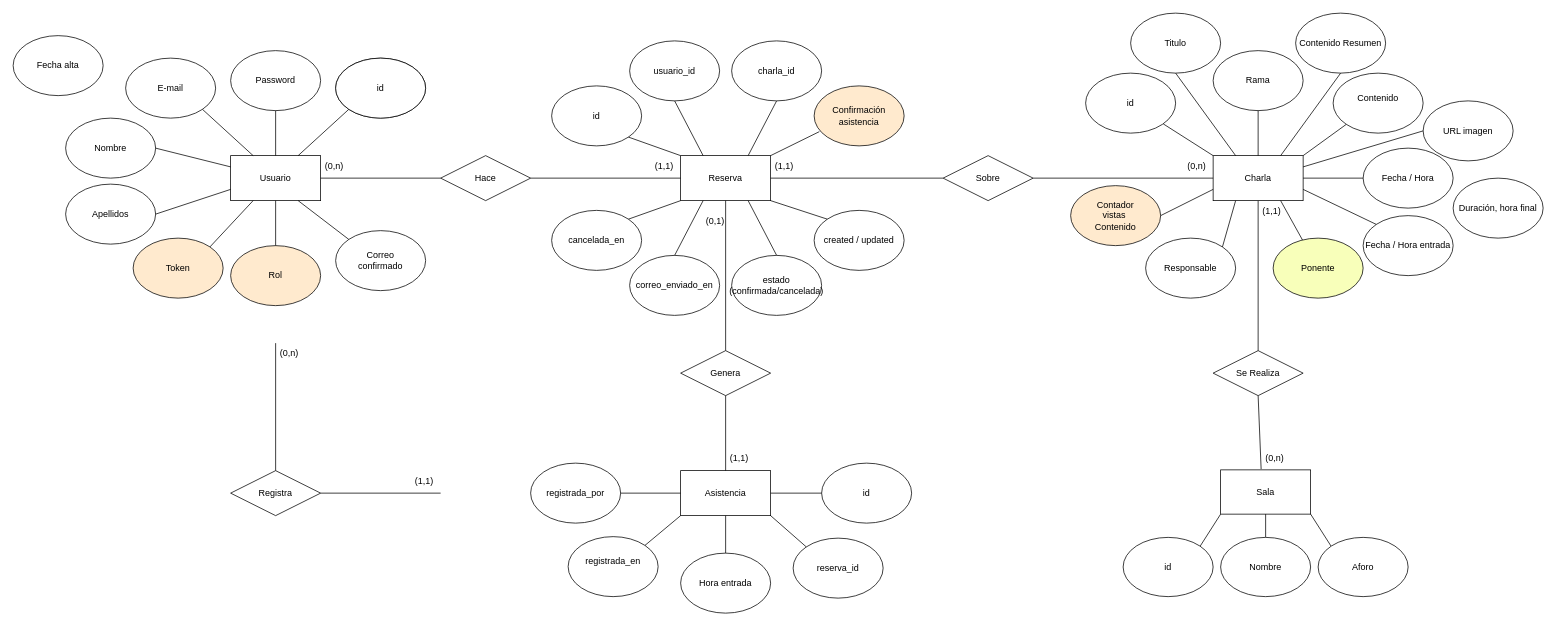
Earlier version of the draw.io diagram docs/BBDD Sabitech.drawio (saimonfiles06/sabitech). Source tidied: cells renumbered, new cells numbered last; positions are measured from the earlier drawing's top-left corner, leaving out a move shared by most shapes. Both pictures are drawn from the tidied source at 75%, with x=0, y=0 at pixel (13, 13).
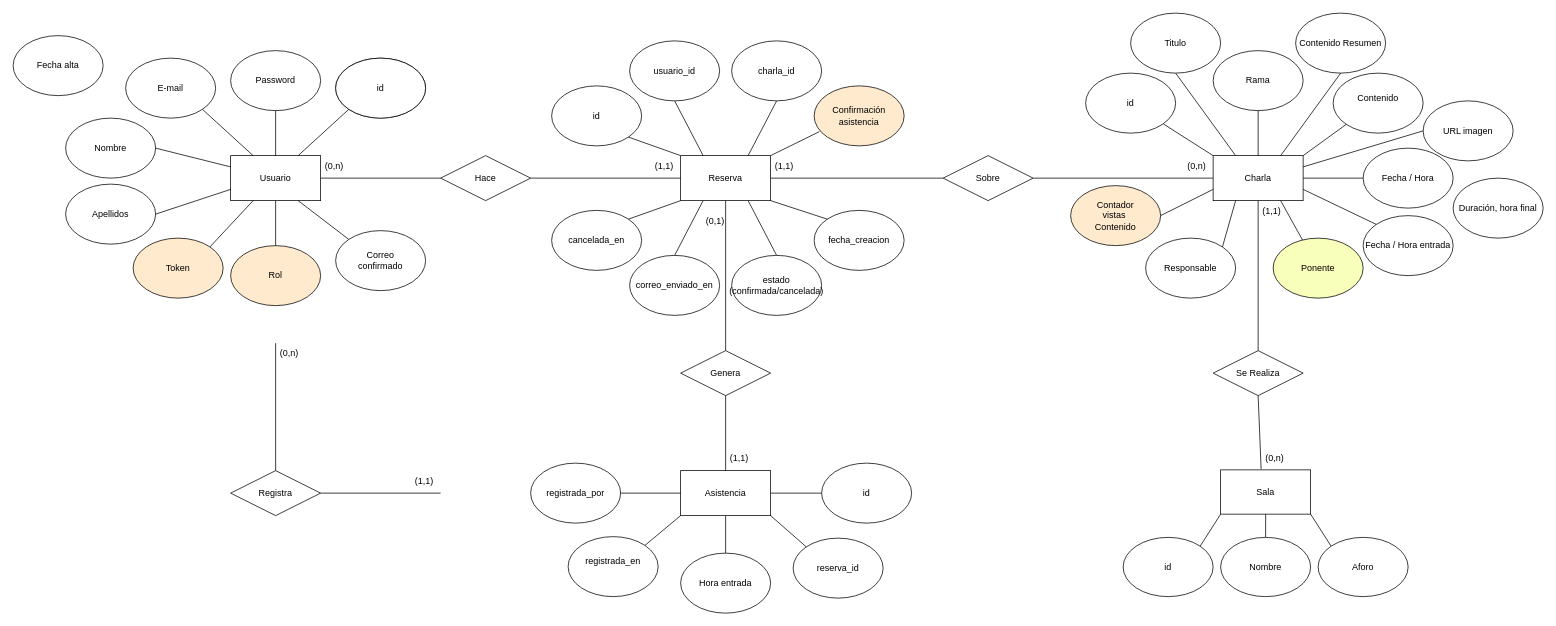
The same diagram, later.

Commit message (it also covers changes not shown here):
sincronización reuniones y diagrama

er y registro reuniones

Change to the diagram source:
```diff
@@
-    <mxCell id="57" value="created / updated" style="ellipse;whiteSpace=wrap;html=1;shapeInside=1;" parent="1" vertex="1">
+    <mxCell id="57" value="fecha_creacion" style="ellipse;whiteSpace=wrap;html=1;shapeInside=1;" parent="1" vertex="1">
       <mxGeometry x="1068" y="263" width="120" height="80" as="geometry" />
     </mxCell>
```
